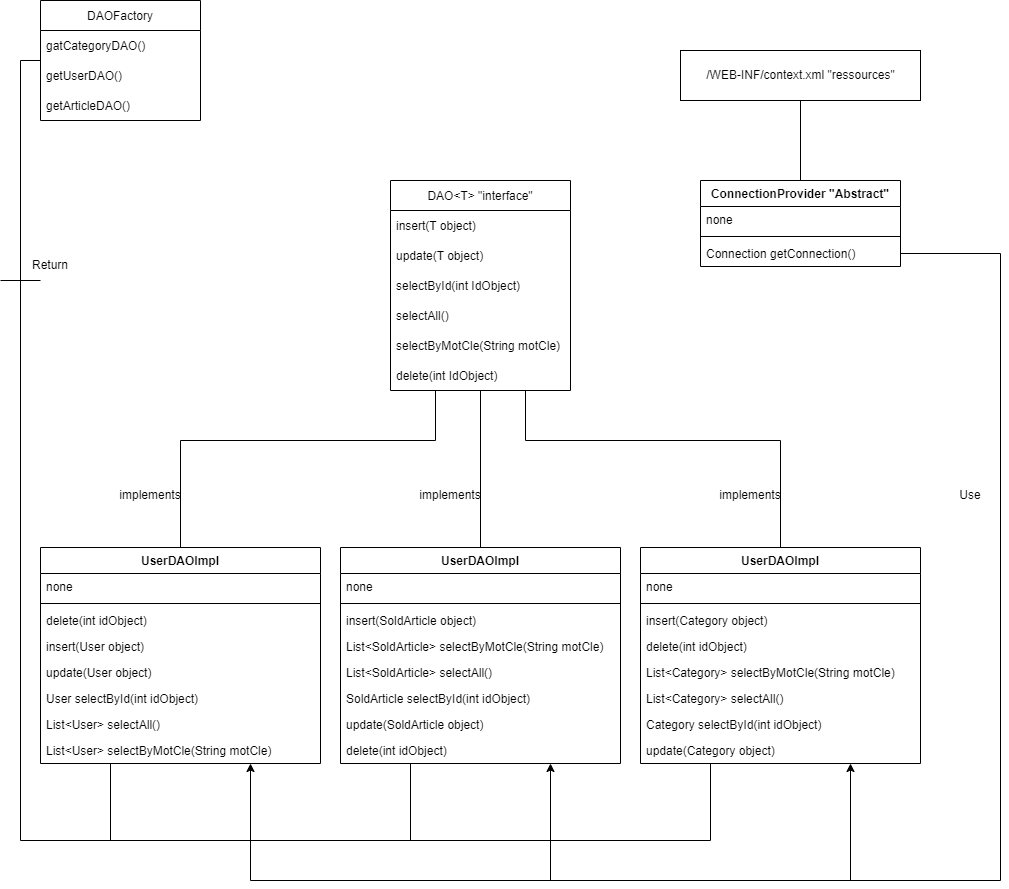
This is Diagram/Diagram DAL.png from Deadrix/ENCHERES-ENI, a draw.io export, as it was before one commit. Source tidied: cells renumbered, new cells last; positions are measured from the earlier drawing's top-left corner, leaving out a move shared by most shapes.
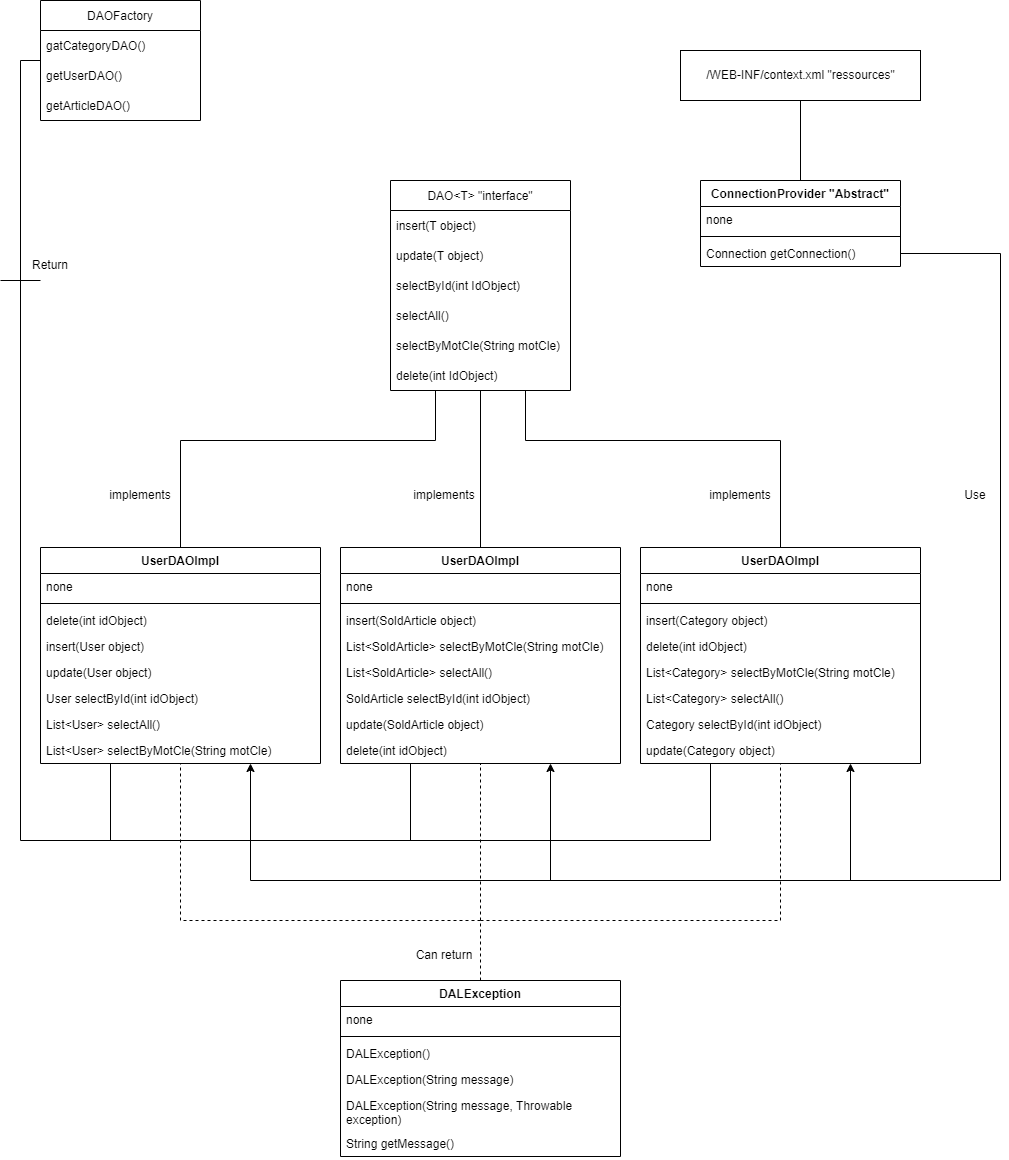
The same diagram one commit later.

Diff of the diagram source:
```diff
@@ -1,4 +1,4 @@
-<mxGraphModel>
+<mxGraphModel background="#FFFFFF">
   <root>
     <mxCell id="0" />
     <mxCell id="1" parent="0" />
@@ -55,13 +55,13 @@
       </mxGeometry>
     </mxCell>
     <mxCell id="16" value="implements" style="text;html=1;strokeColor=none;fillColor=none;align=center;verticalAlign=middle;whiteSpace=wrap;rounded=0;" parent="1" vertex="1">
-      <mxGeometry x="420" y="480" width="60" height="30" as="geometry" />
+      <mxGeometry x="414" y="480" width="60" height="30" as="geometry" />
     </mxCell>
     <mxCell id="17" value="implements" style="text;html=1;strokeColor=none;fillColor=none;align=center;verticalAlign=middle;whiteSpace=wrap;rounded=0;" parent="1" vertex="1">
-      <mxGeometry x="120" y="480" width="60" height="30" as="geometry" />
+      <mxGeometry x="110" y="480" width="60" height="30" as="geometry" />
     </mxCell>
     <mxCell id="18" value="implements" style="text;html=1;strokeColor=none;fillColor=none;align=center;verticalAlign=middle;whiteSpace=wrap;rounded=0;rotation=0;" parent="1" vertex="1">
-      <mxGeometry x="720" y="480" width="60" height="30" as="geometry" />
+      <mxGeometry x="710" y="480" width="60" height="30" as="geometry" />
     </mxCell>
     <mxCell id="19" style="endArrow=none;html=1;rounded=0;entryX=0;entryY=0.5;entryDx=0;entryDy=0;exitX=0.25;exitY=1;exitDx=0;exitDy=0;" parent="1" edge="1" source="43" target="2">
       <mxGeometry relative="1" as="geometry">
@@ -210,7 +210,52 @@
       </mxGeometry>
     </mxCell>
     <mxCell id="60" value="Use" style="text;html=1;strokeColor=none;fillColor=none;align=center;verticalAlign=middle;whiteSpace=wrap;rounded=0;" parent="1" vertex="1">
-      <mxGeometry x="940" y="480" width="60" height="30" as="geometry" />
+      <mxGeometry x="960" y="480" width="30" height="30" as="geometry" />
     </mxCell>
+    <mxCell id="61" value="DALException" style="swimlane;fontStyle=1;align=center;verticalAlign=top;horizontal=1;startSize=26;" parent="1" vertex="1">
+      <mxGeometry x="340" y="980" width="280" height="176" as="geometry" />
+    </mxCell>
+    <mxCell id="62" value="none" style="text;strokeColor=none;fillColor=none;align=left;verticalAlign=top;spacingLeft=4;spacingRight=4;overflow=hidden;" parent="61" vertex="1">
+      <mxGeometry y="26" width="280" height="26" as="geometry" />
+    </mxCell>
+    <mxCell id="63" style="line;strokeWidth=1;fillColor=none;align=left;verticalAlign=middle;spacingTop=-1;spacingLeft=3;spacingRight=3;labelPosition=right;" parent="61" vertex="1">
+      <mxGeometry y="52" width="280" height="8" as="geometry" />
+    </mxCell>
+    <mxCell id="64" value="DALException()" style="text;strokeColor=none;fillColor=none;align=left;verticalAlign=top;spacingLeft=4;spacingRight=4;overflow=hidden;" parent="61" vertex="1">
+      <mxGeometry y="60" width="280" height="26" as="geometry" />
+    </mxCell>
+    <mxCell id="65" value="DALException(String message)" style="text;strokeColor=none;fillColor=none;align=left;verticalAlign=top;spacingLeft=4;spacingRight=4;overflow=hidden;" parent="61" vertex="1">
+      <mxGeometry y="86" width="280" height="26" as="geometry" />
+    </mxCell>
+    <mxCell id="66" value="DALException(String message, Throwable exception)" style="text;strokeColor=none;fillColor=none;align=left;verticalAlign=top;spacingLeft=4;spacingRight=4;overflow=hidden;whiteSpace=wrap;" parent="61" vertex="1">
+      <mxGeometry y="112" width="280" height="38" as="geometry" />
+    </mxCell>
+    <mxCell id="67" value="String getMessage()" style="text;strokeColor=none;fillColor=none;align=left;verticalAlign=top;spacingLeft=4;spacingRight=4;overflow=hidden;" parent="61" vertex="1">
+      <mxGeometry y="150" width="280" height="26" as="geometry" />
+    </mxCell>
+    <mxCell id="68" style="endArrow=none;dashed=1;html=1;rounded=0;exitX=0.5;exitY=0;exitDx=0;exitDy=0;entryX=0.5;entryY=1;entryDx=0;entryDy=0;" parent="1" edge="1" source="61" target="25">
+      <mxGeometry relative="1" as="geometry">
+        <Array as="points">
+          <mxPoint x="480" y="920" />
+          <mxPoint x="180" y="920" />
+        </Array>
+      </mxGeometry>
+    </mxCell>
+    <mxCell id="69" style="endArrow=none;dashed=1;html=1;rounded=0;entryX=0.5;entryY=1;entryDx=0;entryDy=0;" parent="1" edge="1" target="43">
+      <mxGeometry relative="1" as="geometry">
+        <mxPoint x="480" y="920" as="sourcePoint" />
+        <Array as="points">
+          <mxPoint x="780" y="920" />
+        </Array>
+      </mxGeometry>
+    </mxCell>
+    <mxCell id="70" value="Can return" style="text;html=1;strokeColor=none;fillColor=none;align=center;verticalAlign=middle;whiteSpace=wrap;rounded=0;" parent="1" vertex="1">
+      <mxGeometry x="414" y="940" width="60" height="30" as="geometry" />
+    </mxCell>
+    <mxCell id="71" style="endArrow=none;dashed=1;html=1;rounded=0;entryX=0.5;entryY=1;entryDx=0;entryDy=0;" parent="1" edge="1" target="34">
+      <mxGeometry relative="1" as="geometry">
+        <mxPoint x="480" y="920" as="sourcePoint" />
+      </mxGeometry>
+    </mxCell>
   </root>
 </mxGraphModel>
```
